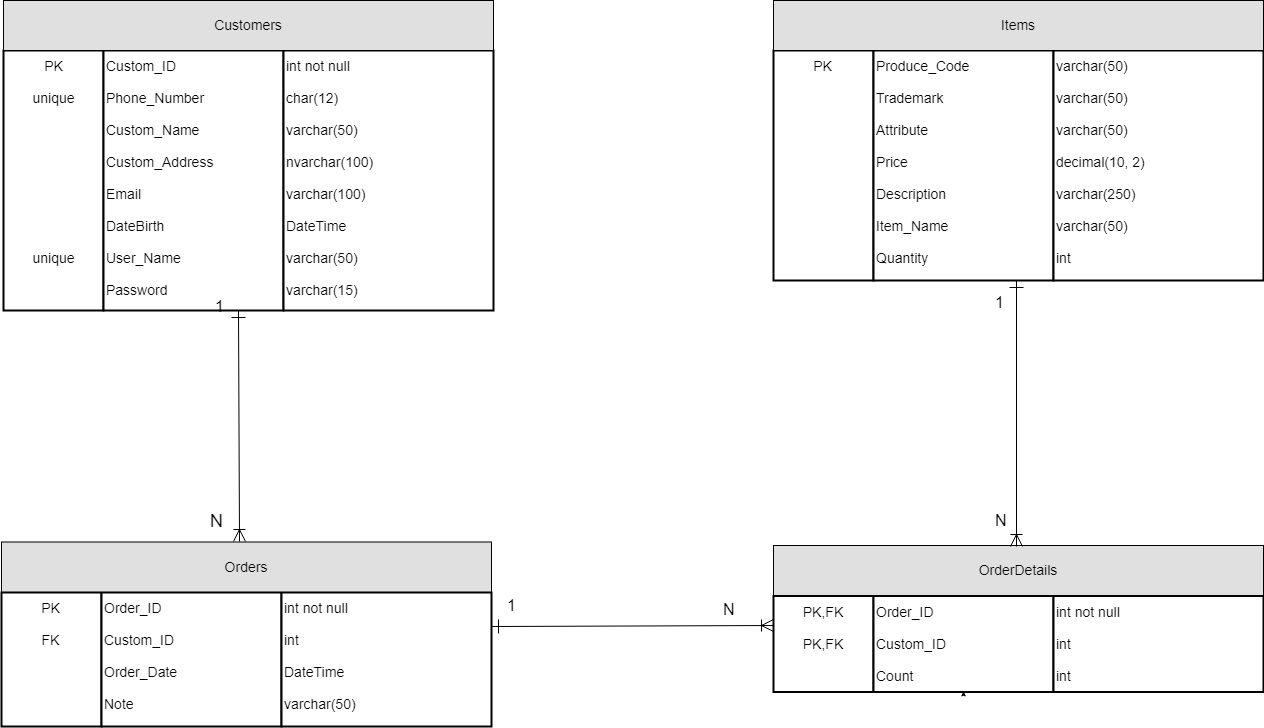
Earlier version of the draw.io export Document/Database.png (LinhNguyennnn/Shop_HeadPhone_G03). Source tidied: cells renumbered, new cells last; positions are measured from the earlier drawing's top-left corner, leaving out a move shared by most shapes. Source of this version:
```xml
<mxGraphModel>
  <root>
    <mxCell id="0" />
    <mxCell id="1" parent="0" />
    <mxCell id="2" value="&lt;div style=&quot;text-align: center&quot;&gt;&lt;span&gt;PK&lt;/span&gt;&lt;/div&gt;&lt;div style=&quot;text-align: center&quot;&gt;&lt;span&gt;&lt;br&gt;&lt;/span&gt;&lt;/div&gt;&lt;div style=&quot;text-align: center&quot;&gt;&lt;span&gt;unique&lt;/span&gt;&lt;/div&gt;&lt;div style=&quot;text-align: center&quot;&gt;&lt;span&gt;&lt;br&gt;&lt;/span&gt;&lt;/div&gt;&lt;div style=&quot;text-align: center&quot;&gt;&lt;span&gt;&lt;br&gt;&lt;/span&gt;&lt;/div&gt;&lt;div style=&quot;text-align: center&quot;&gt;&lt;span&gt;&lt;br&gt;&lt;/span&gt;&lt;/div&gt;&lt;div style=&quot;text-align: center&quot;&gt;&lt;span&gt;&lt;br&gt;&lt;/span&gt;&lt;/div&gt;&lt;div style=&quot;text-align: center&quot;&gt;&lt;span&gt;&lt;br&gt;&lt;/span&gt;&lt;/div&gt;&lt;div style=&quot;text-align: center&quot;&gt;&lt;span&gt;&lt;br&gt;&lt;/span&gt;&lt;/div&gt;&lt;div style=&quot;text-align: center&quot;&gt;&lt;span&gt;&lt;br&gt;&lt;/span&gt;&lt;/div&gt;&lt;div style=&quot;text-align: center&quot;&gt;&lt;span&gt;&lt;br&gt;&lt;/span&gt;&lt;/div&gt;&lt;div style=&quot;text-align: center&quot;&gt;&lt;span&gt;&lt;br&gt;&lt;/span&gt;&lt;/div&gt;&lt;div style=&quot;text-align: center&quot;&gt;&lt;span&gt;unique&lt;/span&gt;&lt;/div&gt;" style="strokeWidth=2;whiteSpace=wrap;html=1;align=center;fontSize=14;verticalAlign=top;" parent="1" vertex="1">
      <mxGeometry x="2" y="50" width="100" height="260" as="geometry" />
    </mxCell>
    <mxCell id="3" value="&lt;div style=&quot;text-align: left&quot;&gt;&lt;span&gt;Custom_ID&lt;/span&gt;&lt;/div&gt;&lt;div style=&quot;text-align: left&quot;&gt;&lt;span&gt;&lt;br&gt;&lt;/span&gt;&lt;/div&gt;&lt;div style=&quot;text-align: left&quot;&gt;Phone_Number&lt;span&gt;&lt;br&gt;&lt;/span&gt;&lt;/div&gt;&lt;div style=&quot;text-align: left&quot;&gt;&lt;span&gt;&lt;br&gt;&lt;/span&gt;&lt;/div&gt;&lt;div style=&quot;text-align: left&quot;&gt;&lt;span&gt;Custom_Name&lt;/span&gt;&lt;/div&gt;&lt;div style=&quot;text-align: left&quot;&gt;&lt;span&gt;&lt;br&gt;&lt;/span&gt;&lt;/div&gt;&lt;div style=&quot;text-align: left&quot;&gt;&lt;span&gt;Custom_Address&lt;/span&gt;&lt;/div&gt;&lt;div style=&quot;text-align: left&quot;&gt;&lt;span&gt;&lt;br&gt;&lt;/span&gt;&lt;/div&gt;&lt;div style=&quot;text-align: left&quot;&gt;&lt;span&gt;Email&lt;/span&gt;&lt;/div&gt;&lt;div style=&quot;text-align: left&quot;&gt;&lt;span&gt;&lt;br&gt;&lt;/span&gt;&lt;/div&gt;&lt;div style=&quot;text-align: left&quot;&gt;&lt;span&gt;DateBirth&lt;/span&gt;&lt;/div&gt;&lt;div style=&quot;text-align: left&quot;&gt;&lt;span&gt;&lt;br&gt;&lt;/span&gt;&lt;/div&gt;&lt;div style=&quot;text-align: left&quot;&gt;User_Name&lt;/div&gt;&lt;div style=&quot;text-align: left&quot;&gt;&lt;br&gt;&lt;/div&gt;&lt;div style=&quot;text-align: left&quot;&gt;Password&lt;/div&gt;" style="strokeWidth=2;whiteSpace=wrap;html=1;align=left;fontSize=14;verticalAlign=top;" parent="1" vertex="1">
      <mxGeometry x="102" y="50" width="180" height="260" as="geometry" />
    </mxCell>
    <mxCell id="4" value="int not null&lt;br&gt;&lt;br&gt;char(12)&lt;br&gt;&lt;br&gt;varchar(50)&lt;br&gt;&lt;br&gt;nvarchar(100)&lt;br&gt;&lt;br&gt;varchar(100)&lt;br&gt;&lt;br&gt;DateTime&lt;br&gt;&lt;br&gt;varchar(50)&lt;br&gt;&lt;br&gt;varchar(15)&lt;br&gt;&lt;br&gt;" style="strokeWidth=2;whiteSpace=wrap;html=1;align=left;fontSize=14;verticalAlign=top;" parent="1" vertex="1">
      <mxGeometry x="282" y="50" width="210" height="260" as="geometry" />
    </mxCell>
    <mxCell id="5" value="PK&lt;br&gt;" style="strokeWidth=2;whiteSpace=wrap;html=1;align=center;fontSize=14;verticalAlign=top;" parent="1" vertex="1">
      <mxGeometry x="772" y="50" width="100" height="230" as="geometry" />
    </mxCell>
    <mxCell id="6" value="Produce_Code&lt;br&gt;&lt;br&gt;Trademark&lt;br&gt;&lt;br&gt;Attribute&lt;br&gt;&lt;br&gt;Price&lt;br&gt;&lt;br&gt;Description&lt;br&gt;&lt;br&gt;Item_Name&lt;br&gt;&lt;br&gt;Quantity&lt;br&gt;" style="strokeWidth=2;whiteSpace=wrap;html=1;align=left;fontSize=14;verticalAlign=top;" parent="1" vertex="1">
      <mxGeometry x="872" y="50" width="180" height="230" as="geometry" />
    </mxCell>
    <mxCell id="7" value="varchar(50)&lt;br&gt;&lt;br&gt;varchar(50)&lt;br&gt;&lt;br&gt;varchar(50)&lt;br&gt;&lt;br&gt;decimal(10, 2)&lt;br&gt;&lt;br&gt;varchar(250)&lt;br&gt;&lt;br&gt;varchar(50)&lt;br&gt;&lt;br&gt;int&lt;br&gt;&lt;br&gt;&lt;br&gt;" style="strokeWidth=2;whiteSpace=wrap;html=1;align=left;fontSize=14;verticalAlign=top;" parent="1" vertex="1">
      <mxGeometry x="1052" y="50" width="210" height="230" as="geometry" />
    </mxCell>
    <mxCell id="8" value="Customers" style="text;align=center;verticalAlign=middle;spacingLeft=4;spacingRight=4;strokeColor=#000000;fillColor=#e0e0e0;fontSize=14;" parent="1" vertex="1">
      <mxGeometry x="2" width="490" height="50" as="geometry" />
    </mxCell>
    <mxCell id="9" value="Items" style="text;align=center;verticalAlign=middle;spacingLeft=4;spacingRight=4;strokeColor=#000000;fillColor=#e0e0e0;fontSize=14;" parent="1" vertex="1">
      <mxGeometry x="772" width="490" height="50" as="geometry" />
    </mxCell>
    <mxCell id="10" value="PK&lt;br&gt;&lt;br&gt;FK&lt;br&gt;" style="strokeWidth=2;whiteSpace=wrap;html=1;align=center;fontSize=14;verticalAlign=top;" parent="1" vertex="1">
      <mxGeometry y="592" width="100" height="134" as="geometry" />
    </mxCell>
    <mxCell id="11" value="Order_ID&lt;br&gt;&lt;br&gt;Custom_ID&lt;br&gt;&lt;br&gt;Order_Date&lt;br&gt;&lt;br&gt;Note&lt;br&gt;" style="strokeWidth=2;whiteSpace=wrap;html=1;align=left;fontSize=14;verticalAlign=top;" parent="1" vertex="1">
      <mxGeometry x="100" y="592" width="180" height="134" as="geometry" />
    </mxCell>
    <mxCell id="12" value="int not null&lt;br&gt;&lt;br&gt;int&lt;br&gt;&lt;br&gt;DateTime&lt;br&gt;&lt;br&gt;varchar(50)&lt;br&gt;" style="strokeWidth=2;whiteSpace=wrap;html=1;align=left;fontSize=14;verticalAlign=top;" parent="1" vertex="1">
      <mxGeometry x="280" y="592" width="210" height="134" as="geometry" />
    </mxCell>
    <mxCell id="13" value="Orders" style="text;align=center;verticalAlign=middle;spacingLeft=4;spacingRight=4;strokeColor=#000000;fillColor=#e0e0e0;points=[[0,0.5],[1,0.5]];portConstraint=eastwest;fontSize=14;" parent="1" vertex="1">
      <mxGeometry y="541.5" width="490" height="50" as="geometry" />
    </mxCell>
    <mxCell id="14" value="PK,FK&lt;br&gt;&lt;br&gt;PK,FK&lt;br&gt;" style="strokeWidth=2;whiteSpace=wrap;html=1;align=center;fontSize=14;verticalAlign=top;" parent="1" vertex="1">
      <mxGeometry x="772" y="595.5" width="100" height="96" as="geometry" />
    </mxCell>
    <mxCell id="15" value="Order_ID&lt;br&gt;&lt;br&gt;Custom_ID&lt;br&gt;&lt;br&gt;Count&lt;br&gt;" style="strokeWidth=2;whiteSpace=wrap;html=1;align=left;fontSize=14;verticalAlign=top;" parent="1" vertex="1">
      <mxGeometry x="872" y="595.5" width="180" height="96" as="geometry" />
    </mxCell>
    <mxCell id="16" value="int not null&lt;br&gt;&lt;br&gt;int&lt;br&gt;&lt;br&gt;int&lt;br&gt;&lt;br&gt;&lt;br&gt;" style="strokeWidth=2;whiteSpace=wrap;html=1;align=left;fontSize=14;verticalAlign=top;" parent="1" vertex="1">
      <mxGeometry x="1052" y="595.5" width="210" height="96" as="geometry" />
    </mxCell>
    <mxCell id="17" value="OrderDetails" style="text;align=center;verticalAlign=middle;spacingLeft=4;spacingRight=4;strokeColor=#000000;fillColor=#e0e0e0;points=[[0,0.5],[1,0.5]];portConstraint=eastwest;fontSize=14;" parent="1" vertex="1">
      <mxGeometry x="772" y="545" width="490" height="50" as="geometry" />
    </mxCell>
    <mxCell id="18" style="edgeStyle=orthogonalEdgeStyle;rounded=0;orthogonalLoop=1;jettySize=auto;html=1;exitX=0.5;exitY=1;exitDx=0;exitDy=0;" parent="1" edge="1" source="15" target="15">
      <mxGeometry relative="1" as="geometry" />
    </mxCell>
    <mxCell id="19" value="N" style="text;html=1;align=left;verticalAlign=top;spacingTop=-4;fontSize=18;" parent="1" vertex="1">
      <mxGeometry x="207" y="508" width="30" height="20" as="geometry" />
    </mxCell>
    <mxCell id="20" style="fontSize=12;html=1;endArrow=ERoneToMany;exitX=0.75;exitY=1;exitDx=0;exitDy=0;entryX=0.485;entryY=-0.007;entryDx=0;entryDy=0;entryPerimeter=0;startSize=12;endSize=10;startArrow=ERone;startFill=0;" parent="1" edge="1" source="3" target="13">
      <mxGeometry relative="1" as="geometry" />
    </mxCell>
    <mxCell id="21" value="1" style="text;html=1;align=left;verticalAlign=top;spacingTop=-4;fontSize=16;" parent="1" vertex="1">
      <mxGeometry x="212" y="294" width="20" height="20" as="geometry" />
    </mxCell>
    <mxCell id="22" style="fontSize=12;html=1;endArrow=ERoneToMany;entryX=0.495;entryY=0.026;entryDx=0;entryDy=0;entryPerimeter=0;startSize=12;endSize=10;startArrow=ERone;startFill=0;" parent="1" edge="1" target="17">
      <mxGeometry relative="1" as="geometry">
        <mxPoint x="1015" y="280" as="sourcePoint" />
      </mxGeometry>
    </mxCell>
    <mxCell id="23" value="1" style="text;html=1;align=left;verticalAlign=top;spacingTop=-4;fontSize=16;" parent="1" vertex="1">
      <mxGeometry x="992" y="290" width="20" height="20" as="geometry" />
    </mxCell>
    <mxCell id="24" value="N" style="text;html=1;align=left;verticalAlign=top;spacingTop=-4;fontSize=16;" parent="1" vertex="1">
      <mxGeometry x="992" y="508" width="30" height="20" as="geometry" />
    </mxCell>
    <mxCell id="25" style="fontSize=12;html=1;endArrow=ERoneToMany;exitX=1;exitY=0.25;exitDx=0;exitDy=0;startSize=12;endSize=10;startArrow=ERone;startFill=0;" parent="1" edge="1" source="12">
      <mxGeometry relative="1" as="geometry">
        <mxPoint x="772" y="625" as="targetPoint" />
      </mxGeometry>
    </mxCell>
    <mxCell id="26" value="1" style="text;html=1;align=left;verticalAlign=top;spacingTop=-4;fontSize=16;" parent="1" vertex="1">
      <mxGeometry x="504" y="593" width="20" height="20" as="geometry" />
    </mxCell>
    <mxCell id="27" value="N" style="text;html=1;align=left;verticalAlign=top;spacingTop=-4;fontSize=16;" parent="1" vertex="1">
      <mxGeometry x="720" y="597" width="30" height="20" as="geometry" />
    </mxCell>
  </root>
</mxGraphModel>
```
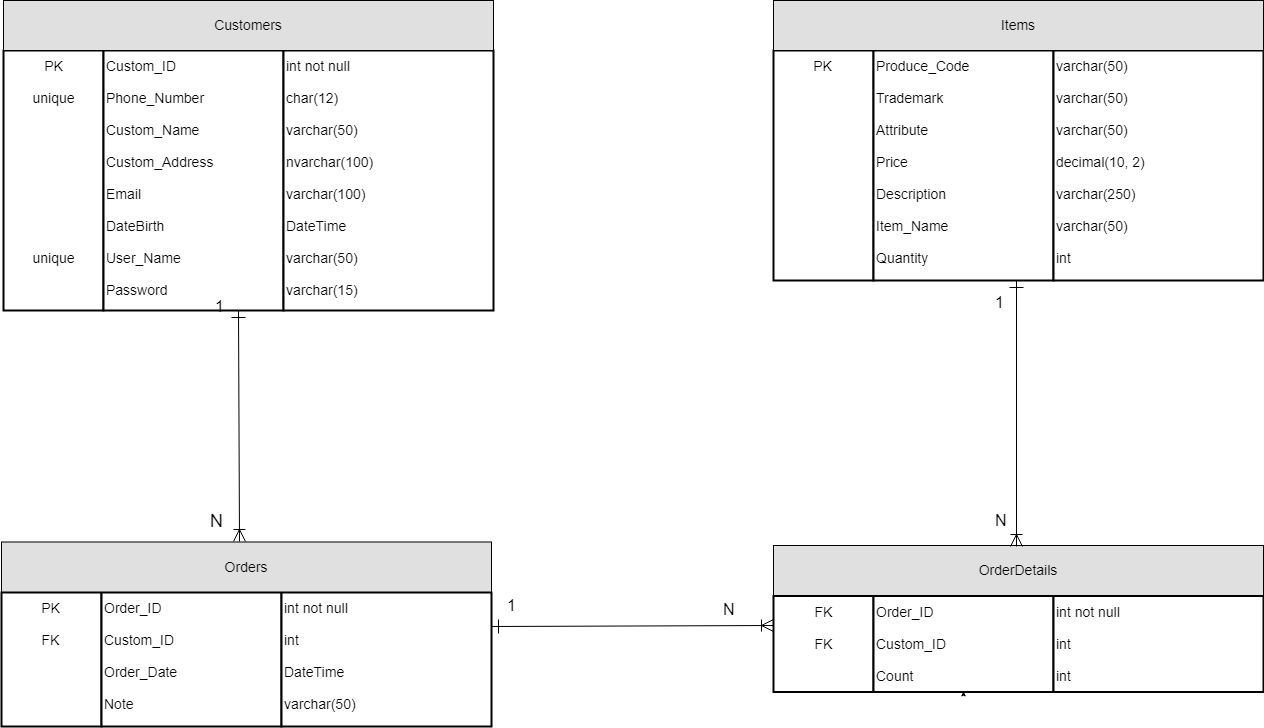
Later version of the same file.

What changed in the source:
```diff
@@ -38,7 +38,7 @@
     <mxCell id="13" value="Orders" style="text;align=center;verticalAlign=middle;spacingLeft=4;spacingRight=4;strokeColor=#000000;fillColor=#e0e0e0;points=[[0,0.5],[1,0.5]];portConstraint=eastwest;fontSize=14;" parent="1" vertex="1">
       <mxGeometry y="541.5" width="490" height="50" as="geometry" />
     </mxCell>
-    <mxCell id="14" value="PK,FK&lt;br&gt;&lt;br&gt;PK,FK&lt;br&gt;" style="strokeWidth=2;whiteSpace=wrap;html=1;align=center;fontSize=14;verticalAlign=top;" parent="1" vertex="1">
+    <mxCell id="14" value="FK&lt;br&gt;&lt;br&gt;FK&lt;br&gt;" style="strokeWidth=2;whiteSpace=wrap;html=1;align=center;fontSize=14;verticalAlign=top;" parent="1" vertex="1">
       <mxGeometry x="772" y="595.5" width="100" height="96" as="geometry" />
     </mxCell>
     <mxCell id="15" value="Order_ID&lt;br&gt;&lt;br&gt;Custom_ID&lt;br&gt;&lt;br&gt;Count&lt;br&gt;" style="strokeWidth=2;whiteSpace=wrap;html=1;align=left;fontSize=14;verticalAlign=top;" parent="1" vertex="1">
```
